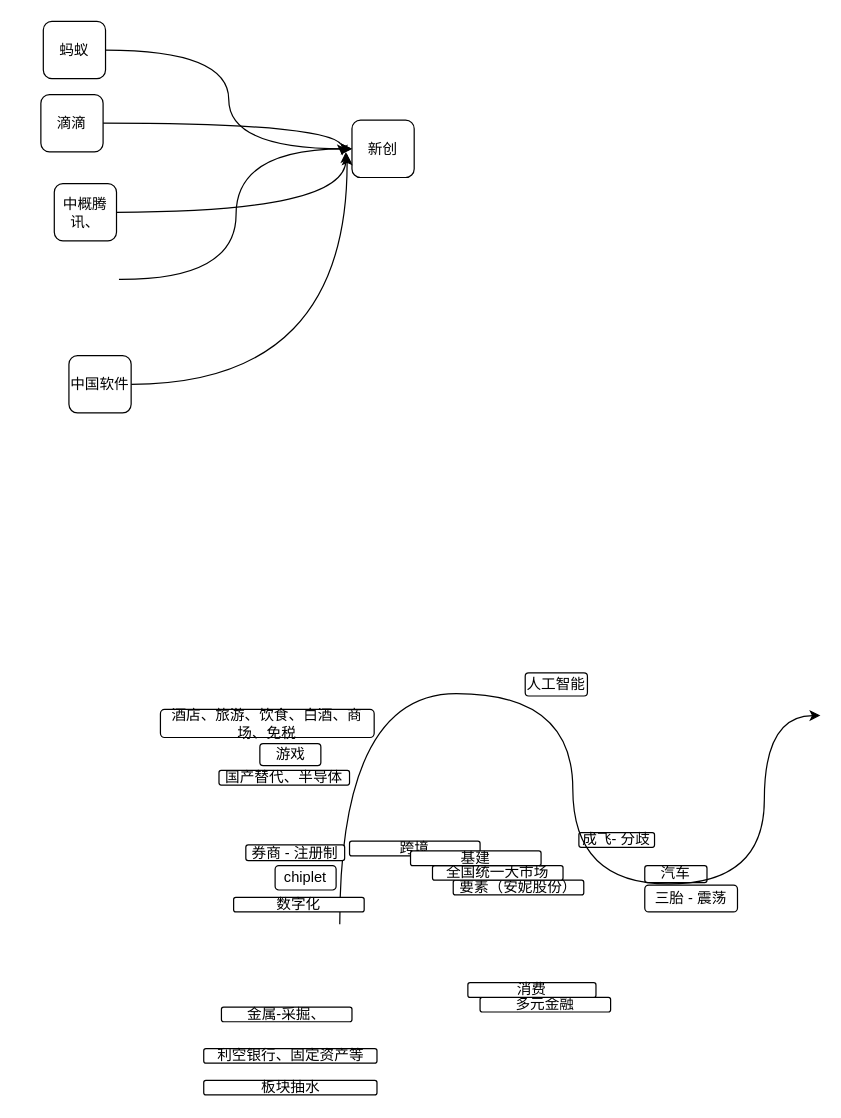
This is menus/每日头脑风暴.drawio from Asamiyaa/microservice-k8s-yun, a draw.io file, before an edit. Source tidied: cells renumbered, new cells numbered last; positions are measured from the earlier drawing's top-left corner, leaving out a move shared by most shapes. Both pictures are drawn from the tidied source at 122%, with x=0, y=0 at pixel (40, 21).
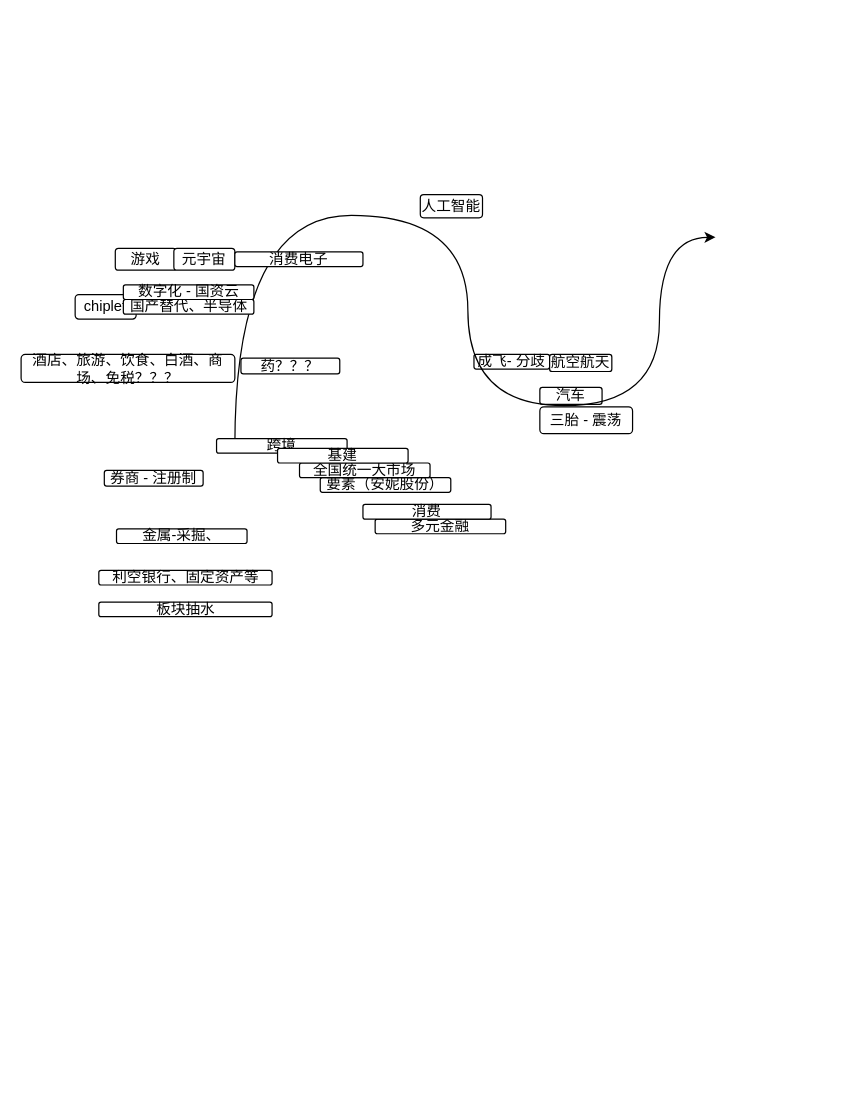
The same page after the edit.

Commit message:
更新每日头脑风暴.drawio

What changed in the source:
```diff
@@
-    <mxCell id="2" style="edgeStyle=orthogonalEdgeStyle;curved=1;rounded=0;jettySize=auto;html=1;exitX=1;exitY=0.5;exitDx=0;exitDy=0;entryX=0;entryY=0.5;entryDx=0;entryDy=0;" parent="1" edge="1" source="3" target="9">
-      <mxGeometry relative="1" as="geometry" />
-    </mxCell>
-    <mxCell id="3" value="蚂蚁" style="rounded=1;whiteSpace=wrap;html=1;" parent="1" vertex="1">
-      <mxGeometry x="2" width="51" height="47" as="geometry" />
-    </mxCell>
-    <mxCell id="4" style="edgeStyle=orthogonalEdgeStyle;curved=1;rounded=0;jettySize=auto;html=1;exitX=1;exitY=0.5;exitDx=0;exitDy=0;" parent="1" edge="1" source="5">
-      <mxGeometry relative="1" as="geometry">
-        <mxPoint x="247" y="110" as="targetPoint" />
-      </mxGeometry>
-    </mxCell>
-    <mxCell id="5" value="滴滴" style="rounded=1;whiteSpace=wrap;html=1;" parent="1" vertex="1">
-      <mxGeometry y="60" width="51" height="47" as="geometry" />
-    </mxCell>
-    <mxCell id="6" style="edgeStyle=orthogonalEdgeStyle;curved=1;rounded=0;jettySize=auto;html=1;exitX=1;exitY=0.5;exitDx=0;exitDy=0;" parent="1" edge="1" source="7">
-      <mxGeometry relative="1" as="geometry">
-        <mxPoint x="250" y="107" as="targetPoint" />
-      </mxGeometry>
-    </mxCell>
-    <mxCell id="7" value="中概腾讯、" style="rounded=1;whiteSpace=wrap;html=1;" parent="1" vertex="1">
-      <mxGeometry x="11" y="133" width="51" height="47" as="geometry" />
-    </mxCell>
-    <mxCell id="8" style="edgeStyle=orthogonalEdgeStyle;curved=1;rounded=0;jettySize=auto;html=1;exitX=1;exitY=0.5;exitDx=0;exitDy=0;entryX=0;entryY=0.5;entryDx=0;entryDy=0;" parent="1" edge="1" target="9">
-      <mxGeometry relative="1" as="geometry">
-        <mxPoint x="64" y="211.5" as="sourcePoint" />
-      </mxGeometry>
-    </mxCell>
-    <mxCell id="9" value="新创" style="rounded=1;whiteSpace=wrap;html=1;" parent="1" vertex="1">
-      <mxGeometry x="255" y="81" width="51" height="47" as="geometry" />
-    </mxCell>
-    <mxCell id="10" style="edgeStyle=orthogonalEdgeStyle;curved=1;rounded=0;jettySize=auto;html=1;exitX=1;exitY=0.5;exitDx=0;exitDy=0;" parent="1" edge="1" source="11">
-      <mxGeometry relative="1" as="geometry">
-        <mxPoint x="251" y="109" as="targetPoint" />
-      </mxGeometry>
-    </mxCell>
-    <mxCell id="11" value="中国软件" style="rounded=1;whiteSpace=wrap;html=1;" parent="1" vertex="1">
-      <mxGeometry x="23" y="274" width="51" height="47" as="geometry" />
-    </mxCell>
     <mxCell id="12" value="人工智能" style="rounded=1;whiteSpace=wrap;html=1;" parent="1" vertex="1">
-      <mxGeometry x="397" y="534" width="51" height="19" as="geometry" />
+      <mxGeometry x="311" y="142" width="51" height="19" as="geometry" />
     </mxCell>
     <mxCell id="13" value="成飞- 分歧" style="rounded=1;whiteSpace=wrap;html=1;" parent="1" vertex="1">
-      <mxGeometry x="441" y="665" width="62" height="12" as="geometry" />
+      <mxGeometry x="355" y="273" width="62" height="12" as="geometry" />
     </mxCell>
     <mxCell id="14" value="三胎 - 震荡" style="rounded=1;whiteSpace=wrap;html=1;" parent="1" vertex="1">
-      <mxGeometry x="495" y="708" width="76" height="22" as="geometry" />
+      <mxGeometry x="409" y="316" width="76" height="22" as="geometry" />
     </mxCell>
     <mxCell id="15" value="汽车" style="rounded=1;whiteSpace=wrap;html=1;" parent="1" vertex="1">
-      <mxGeometry x="495" y="692" width="51" height="14" as="geometry" />
+      <mxGeometry x="409" y="300" width="51" height="14" as="geometry" />
     </mxCell>
     <mxCell id="16" style="edgeStyle=orthogonalEdgeStyle;curved=1;rounded=0;orthogonalLoop=1;jettySize=auto;html=1;exitX=1;exitY=0.5;exitDx=0;exitDy=0;" parent="1" edge="1">
       <mxGeometry relative="1" as="geometry">
-        <mxPoint x="245" y="740" as="sourcePoint" />
-        <mxPoint x="639" y="569" as="targetPoint" />
+        <mxPoint x="159" y="348" as="sourcePoint" />
+        <mxPoint x="553" y="177" as="targetPoint" />
         <Array as="points">
-          <mxPoint x="245" y="551" />
-          <mxPoint x="436" y="551" />
-          <mxPoint x="436" y="707" />
-          <mxPoint x="593" y="707" />
+          <mxPoint x="159" y="159" />
+          <mxPoint x="350" y="159" />
+          <mxPoint x="350" y="315" />
+          <mxPoint x="507" y="315" />
         </Array>
       </mxGeometry>
     </mxCell>
     <mxCell id="17" value="券商 - 注册制" style="rounded=1;whiteSpace=wrap;html=1;" parent="1" vertex="1">
-      <mxGeometry x="168" y="675" width="81" height="13" as="geometry" />
+      <mxGeometry x="52" y="368" width="81" height="13" as="geometry" />
     </mxCell>
     <mxCell id="18" value="金属-采掘、" style="rounded=1;whiteSpace=wrap;html=1;" parent="1" vertex="1">
-      <mxGeometry x="148" y="808" width="107" height="12" as="geometry" />
+      <mxGeometry x="62" y="416" width="107" height="12" as="geometry" />
     </mxCell>
     <mxCell id="19" value="chiplet" style="rounded=1;whiteSpace=wrap;html=1;" parent="1" vertex="1">
-      <mxGeometry x="192" y="692" width="50" height="20" as="geometry" />
+      <mxGeometry x="28.1" y="224" width="50" height="20" as="geometry" />
     </mxCell>
     <mxCell id="20" value="游戏" style="rounded=1;whiteSpace=wrap;html=1;" parent="1" vertex="1">
-      <mxGeometry x="179.5" y="592" width="50" height="18" as="geometry" />
+      <mxGeometry x="61" y="186" width="50" height="18" as="geometry" />
     </mxCell>
-    <mxCell id="21" value="酒店、旅游、饮食、白酒、商场、免税" style="rounded=1;whiteSpace=wrap;html=1;" parent="1" vertex="1">
-      <mxGeometry x="98" y="564" width="175.2" height="23" as="geometry" />
+    <mxCell id="21" value="酒店、旅游、饮食、白酒、商场、免税？？？" style="rounded=1;whiteSpace=wrap;html=1;" parent="1" vertex="1">
+      <mxGeometry x="-16.2" y="273" width="175.2" height="23" as="geometry" />
     </mxCell>
     <mxCell id="22" value="要素（安妮股份）" style="rounded=1;whiteSpace=wrap;html=1;" parent="1" vertex="1">
-      <mxGeometry x="338" y="704" width="107" height="12" as="geometry" />
+      <mxGeometry x="229" y="374" width="107" height="12" as="geometry" />
     </mxCell>
     <mxCell id="23" value="全国统一大市场" style="rounded=1;whiteSpace=wrap;html=1;" parent="1" vertex="1">
-      <mxGeometry x="321" y="692" width="107" height="12" as="geometry" />
+      <mxGeometry x="212" y="362" width="107" height="12" as="geometry" />
     </mxCell>
     <mxCell id="24" value="多元金融" style="rounded=1;whiteSpace=wrap;html=1;" parent="1" vertex="1">
-      <mxGeometry x="360" y="800" width="107" height="12" as="geometry" />
+      <mxGeometry x="274" y="408" width="107" height="12" as="geometry" />
     </mxCell>
     <mxCell id="25" value="跨境" style="rounded=1;whiteSpace=wrap;html=1;" parent="1" vertex="1">
-      <mxGeometry x="253" y="672" width="107" height="12" as="geometry" />
+      <mxGeometry x="144" y="342" width="107" height="12" as="geometry" />
     </mxCell>
     <mxCell id="26" value="国产替代、半导体" style="rounded=1;whiteSpace=wrap;html=1;" parent="1" vertex="1">
-      <mxGeometry x="146" y="614" width="107" height="12" as="geometry" />
+      <mxGeometry x="67.6" y="228" width="107" height="12" as="geometry" />
     </mxCell>
-    <mxCell id="27" value="数字化" style="rounded=1;whiteSpace=wrap;html=1;" parent="1" vertex="1">
-      <mxGeometry x="158" y="718" width="107" height="12" as="geometry" />
+    <mxCell id="27" value="数字化 - 国资云" style="rounded=1;whiteSpace=wrap;html=1;" parent="1" vertex="1">
+      <mxGeometry x="67.6" y="216" width="107" height="12" as="geometry" />
     </mxCell>
     <mxCell id="28" value="基建" style="rounded=1;whiteSpace=wrap;html=1;" parent="1" vertex="1">
-      <mxGeometry x="303" y="680" width="107" height="12" as="geometry" />
+      <mxGeometry x="194" y="350" width="107" height="12" as="geometry" />
     </mxCell>
     <mxCell id="29" value="消费" style="rounded=1;whiteSpace=wrap;html=1;" parent="1" vertex="1">
-      <mxGeometry x="350" y="788" width="105" height="12" as="geometry" />
+      <mxGeometry x="264" y="396" width="105" height="12" as="geometry" />
     </mxCell>
     <mxCell id="30" value="利空银行、固定资产等" style="rounded=1;whiteSpace=wrap;html=1;" parent="1" vertex="1">
-      <mxGeometry x="133.5" y="842" width="142" height="12" as="geometry" />
+      <mxGeometry x="47.5" y="450" width="142" height="12" as="geometry" />
     </mxCell>
     <mxCell id="31" value="板块抽水" style="rounded=1;whiteSpace=wrap;html=1;" parent="1" vertex="1">
-      <mxGeometry x="133.5" y="868" width="142" height="12" as="geometry" />
+      <mxGeometry x="47.5" y="476" width="142" height="12" as="geometry" />
     </mxCell>
+    <mxCell id="32" value="元宇宙" style="rounded=1;whiteSpace=wrap;html=1;" parent="1" vertex="1">
+      <mxGeometry x="109" y="186" width="50" height="18" as="geometry" />
+    </mxCell>
+    <mxCell id="33" value="消费电子" style="rounded=1;whiteSpace=wrap;html=1;" parent="1" vertex="1">
+      <mxGeometry x="159" y="189" width="105" height="12" as="geometry" />
+    </mxCell>
+    <mxCell id="34" value="药？？？" style="rounded=1;whiteSpace=wrap;html=1;" parent="1" vertex="1">
+      <mxGeometry x="164" y="276" width="81" height="13" as="geometry" />
+    </mxCell>
+    <mxCell id="35" value="航空航天" style="rounded=1;whiteSpace=wrap;html=1;" parent="1" vertex="1">
+      <mxGeometry x="417" y="273" width="51" height="14" as="geometry" />
+    </mxCell>
```
